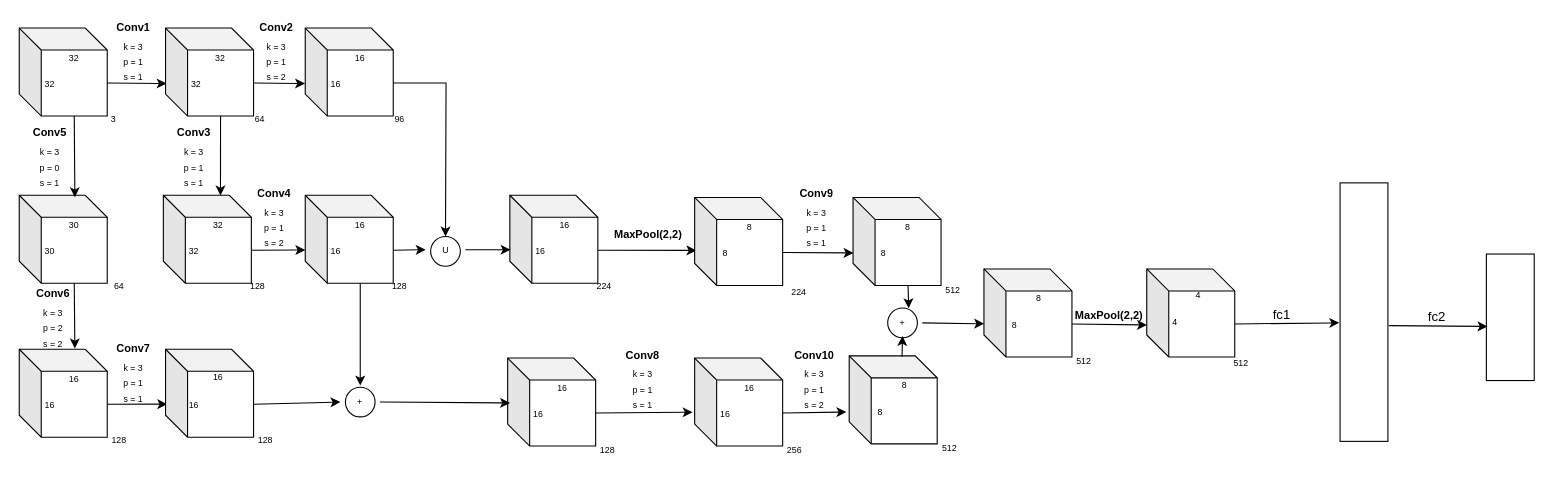
Earlier version of the draw.io diagram _project/Model 1.drawio (Lucamoha/Google_Colab). Source tidied: cells renumbered, new cells numbered last; positions are measured from the earlier drawing's top-left corner, leaving out a move shared by most shapes. Both pictures are drawn from the tidied source at 110%, with x=0, y=0 at pixel (19, 19).
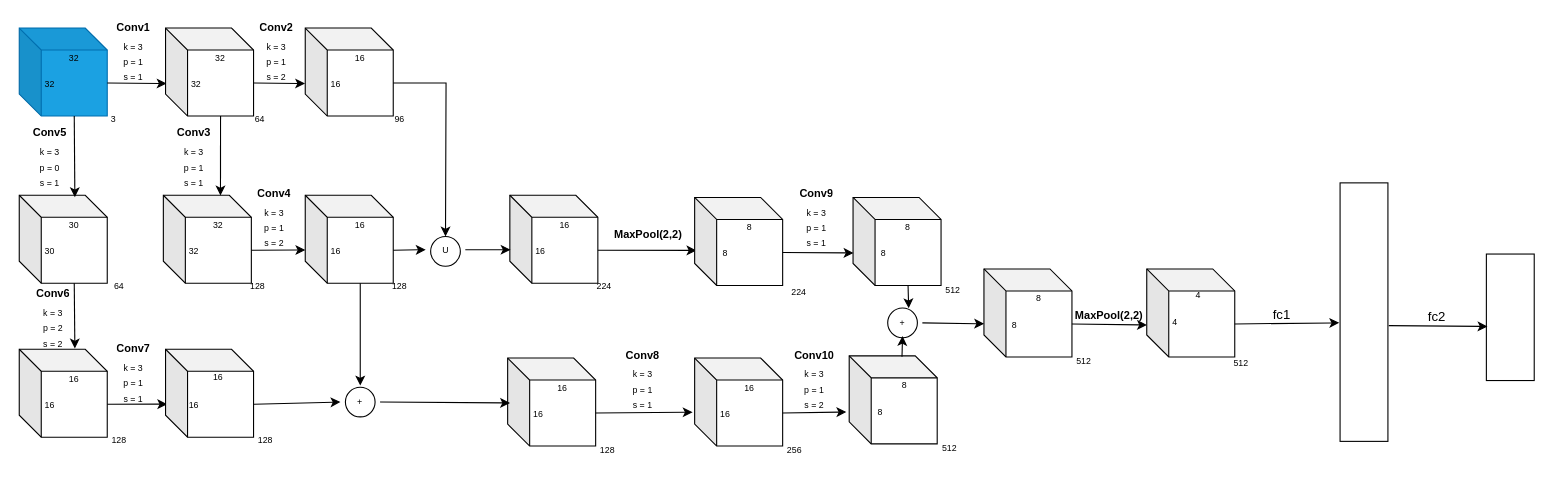
Above is the later version.

The edit, as a diff of the source:
```diff
@@
-    <mxCell id="2" style="shape=cube;whiteSpace=wrap;html=1;boundedLbl=1;backgroundOutline=1;darkOpacity=0.05;darkOpacity2=0.1;" parent="1" vertex="1">
+    <mxCell id="2" style="shape=cube;whiteSpace=wrap;html=1;boundedLbl=1;backgroundOutline=1;darkOpacity=0.05;darkOpacity2=0.1;fillColor=#1ba1e2;fontColor=#ffffff;strokeColor=#006EAF;" parent="1" vertex="1">
       <mxGeometry y="8" width="80" height="80" as="geometry" />
     </mxCell>
```
